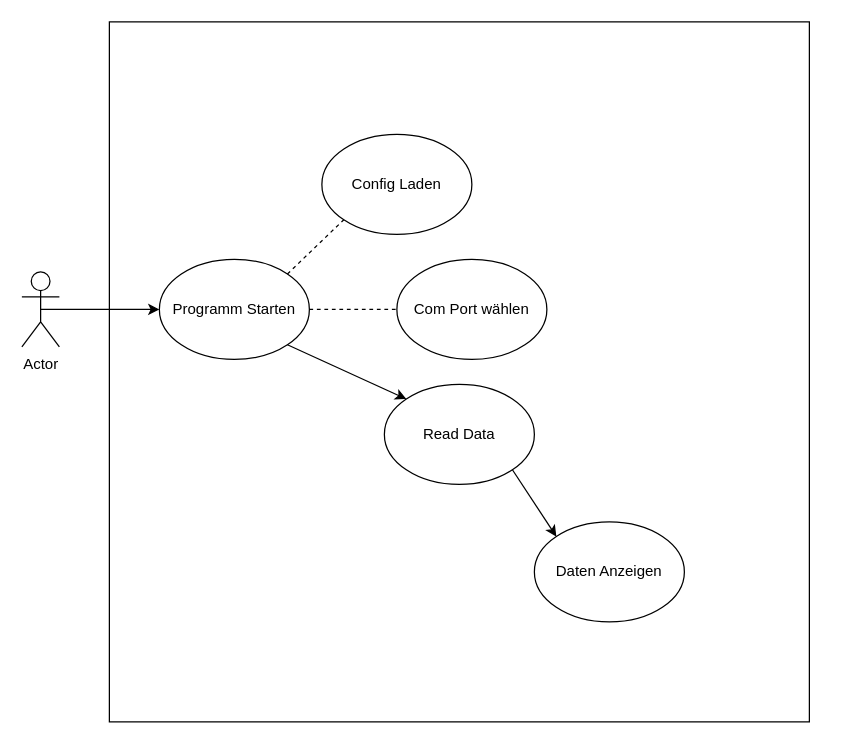
AlexanderHulbe/ModbusRTU_Viewer keeps this draw.io diagram as Use-Case Diagram.drawio. Above is the earlier version. Source tidied: cells renumbered, new cells numbered last; positions are measured from the earlier drawing's top-left corner, leaving out a move shared by most shapes. Both pictures are drawn from the tidied source at 125%, with x=0, y=0 at pixel (21, 21).
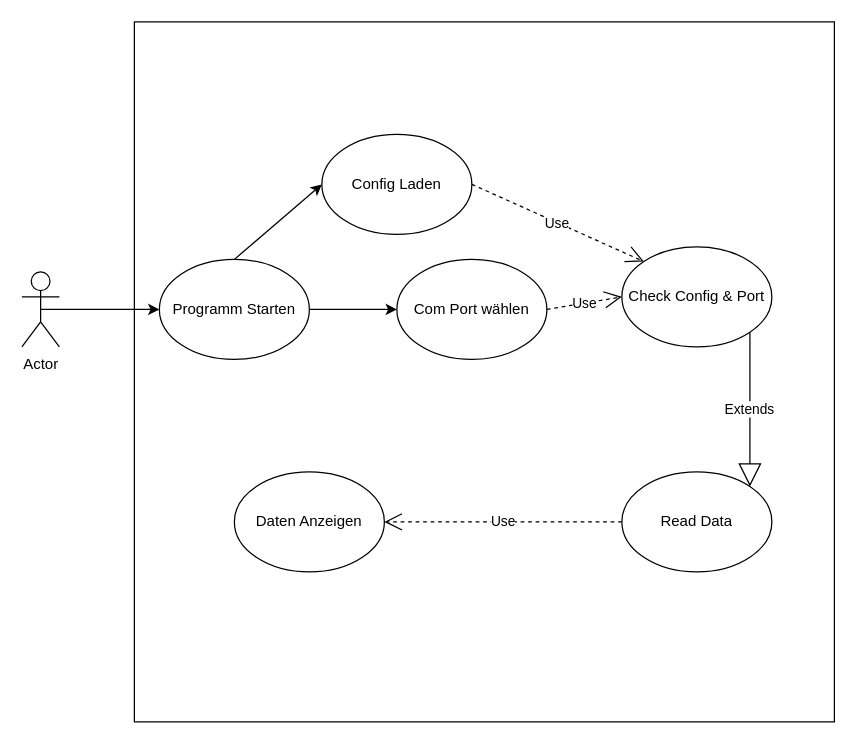
The same diagram, later.

Change to the diagram source:
```diff
@@
 <mxGraphModel>
   <root>
     <mxCell id="0" />
     <mxCell id="1" parent="0" />
     <mxCell id="2" style="edgeStyle=orthogonalEdgeStyle;rounded=0;jettySize=auto;html=1;exitX=0.5;exitY=0.5;exitDx=0;exitDy=0;exitPerimeter=0;entryX=0;entryY=0.5;entryDx=0;entryDy=0;" parent="1" edge="1" source="3" target="5">
       <mxGeometry relative="1" as="geometry" />
     </mxCell>
     <mxCell id="3" value="Actor" style="shape=umlActor;verticalLabelPosition=bottom;verticalAlign=top;html=1;outlineConnect=0;" parent="1" vertex="1">
       <mxGeometry y="200" width="30" height="60" as="geometry" />
     </mxCell>
     <mxCell id="4" style="whiteSpace=wrap;html=1;fillColor=none;" parent="1" vertex="1">
-      <mxGeometry x="70" width="560" height="560" as="geometry" />
+      <mxGeometry x="90" width="560" height="560" as="geometry" />
     </mxCell>
     <mxCell id="5" value="Programm Starten" style="ellipse;whiteSpace=wrap;html=1;fillColor=none;" parent="1" vertex="1">
       <mxGeometry x="110" y="190" width="120" height="80" as="geometry" />
     </mxCell>
     <mxCell id="6" value="Config Laden" style="ellipse;whiteSpace=wrap;html=1;fillColor=none;" parent="1" vertex="1">
       <mxGeometry x="240" y="90" width="120" height="80" as="geometry" />
     </mxCell>
     <mxCell id="7" value="Com Port wählen" style="ellipse;whiteSpace=wrap;html=1;fillColor=none;" parent="1" vertex="1">
       <mxGeometry x="300" y="190" width="120" height="80" as="geometry" />
     </mxCell>
-    <mxCell id="8" style="endArrow=none;dashed=1;html=1;rounded=0;exitX=1;exitY=0;exitDx=0;exitDy=0;entryX=0;entryY=1;entryDx=0;entryDy=0;" parent="1" edge="1" source="5" target="6">
-      <mxGeometry relative="1" as="geometry" />
-    </mxCell>
-    <mxCell id="9" style="endArrow=none;dashed=1;html=1;rounded=0;entryX=0;entryY=0.5;entryDx=0;entryDy=0;exitX=1;exitY=0.5;exitDx=0;exitDy=0;" parent="1" edge="1" source="5" target="7">
-      <mxGeometry relative="1" as="geometry" />
-    </mxCell>
-    <mxCell id="10" style="endArrow=classic;html=1;rounded=0;exitX=1;exitY=1;exitDx=0;exitDy=0;entryX=0;entryY=0;entryDx=0;entryDy=0;" parent="1" edge="1" source="5" target="11">
-      <mxGeometry relative="1" as="geometry" />
-    </mxCell>
     <mxCell id="11" value="Read Data" style="ellipse;whiteSpace=wrap;html=1;fillColor=none;" parent="1" vertex="1">
-      <mxGeometry x="290" y="290" width="120" height="80" as="geometry" />
+      <mxGeometry x="480" y="360" width="120" height="80" as="geometry" />
     </mxCell>
     <mxCell id="12" value="Daten Anzeigen" style="ellipse;whiteSpace=wrap;html=1;fillColor=none;" parent="1" vertex="1">
-      <mxGeometry x="410" y="400" width="120" height="80" as="geometry" />
+      <mxGeometry x="170" y="360" width="120" height="80" as="geometry" />
     </mxCell>
-    <mxCell id="13" style="endArrow=classic;html=1;rounded=0;entryX=0;entryY=0;entryDx=0;entryDy=0;exitX=1;exitY=1;exitDx=0;exitDy=0;" parent="1" edge="1" source="11" target="12">
+    <mxCell id="13" value="Use" style="endArrow=open;endSize=12;dashed=1;html=1;rounded=0;exitX=0;exitY=0.5;exitDx=0;exitDy=0;entryX=1;entryY=0.5;entryDx=0;entryDy=0;" parent="1" edge="1" source="11" target="12">
       <mxGeometry relative="1" as="geometry" />
     </mxCell>
+    <mxCell id="8" style="endArrow=classic;html=1;rounded=0;exitX=0.5;exitY=0;exitDx=0;exitDy=0;entryX=0;entryY=0.5;entryDx=0;entryDy=0;" parent="1" edge="1" source="5" target="6">
+      <mxGeometry relative="1" as="geometry" />
+    </mxCell>
+    <mxCell id="9" style="endArrow=classic;html=1;rounded=0;exitX=1;exitY=0.5;exitDx=0;exitDy=0;entryX=0;entryY=0.5;entryDx=0;entryDy=0;" parent="1" edge="1" source="5" target="7">
+      <mxGeometry relative="1" as="geometry" />
+    </mxCell>
+    <mxCell id="14" value="Check Config &amp;amp; Port" style="ellipse;whiteSpace=wrap;html=1;fillColor=none;" parent="1" vertex="1">
+      <mxGeometry x="480" y="180" width="120" height="80" as="geometry" />
+    </mxCell>
+    <mxCell id="15" value="Use" style="endArrow=open;endSize=12;dashed=1;html=1;rounded=0;exitX=1;exitY=0.5;exitDx=0;exitDy=0;entryX=0;entryY=0;entryDx=0;entryDy=0;" parent="1" edge="1" source="6" target="14">
+      <mxGeometry relative="1" as="geometry" />
+    </mxCell>
+    <mxCell id="16" value="Use" style="endArrow=open;endSize=12;dashed=1;html=1;rounded=0;exitX=1;exitY=0.5;exitDx=0;exitDy=0;entryX=0;entryY=0.5;entryDx=0;entryDy=0;" parent="1" edge="1" source="7" target="14">
+      <mxGeometry relative="1" as="geometry" />
+    </mxCell>
+    <mxCell id="17" value="Extends" style="endArrow=block;endSize=16;endFill=0;html=1;rounded=0;exitX=1;exitY=1;exitDx=0;exitDy=0;entryX=1;entryY=0;entryDx=0;entryDy=0;" parent="1" edge="1" source="14" target="11">
+      <mxGeometry relative="1" as="geometry" />
+    </mxCell>
   </root>
 </mxGraphModel>
```
